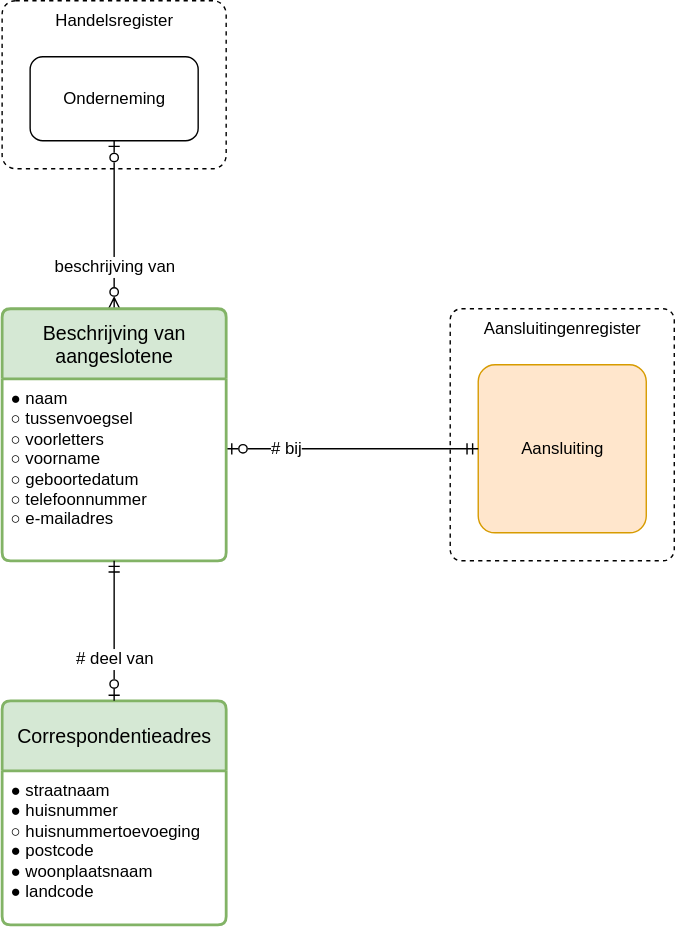
Above: model.drawio.svg in Netbeheer-Nederland/im-aangeslotenenregister (draw.io), before the change. Source tidied: cells renumbered, new cells last; positions are measured from the earlier drawing's top-left corner, leaving out a move shared by most shapes.
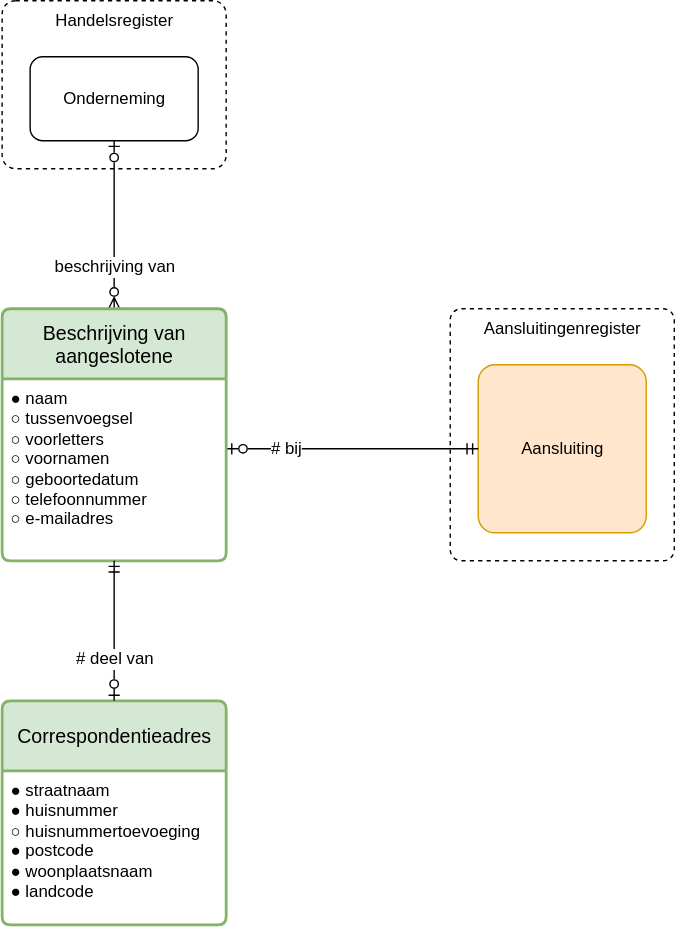
After the commit.

Change to the diagram source:
```diff
@@ -23,7 +23,7 @@
     <mxCell id="8" value="&lt;div&gt;&lt;span style=&quot;background-color: transparent; color: light-dark(rgb(0, 0, 0), rgb(255, 255, 255));&quot;&gt;Beschrijving van aangeslotene&lt;/span&gt;&lt;/div&gt;" style="swimlane;horizontal=1;startSize=50;rounded=1;fontSize=14;fontStyle=0;strokeWidth=2;shadow=0;dashed=0;align=center;arcSize=4;whiteSpace=wrap;html=1;fillColor=#d5e8d4;strokeColor=#82b366;" parent="1" vertex="1">
       <mxGeometry y="220" width="160" height="180" as="geometry" />
     </mxCell>
-    <mxCell id="9" value="&lt;div&gt;● naam&lt;/div&gt;○ tussenvoegsel&lt;div&gt;○ voorletters&lt;/div&gt;&lt;div&gt;○ voorname&lt;/div&gt;&lt;div&gt;○ geboortedatum&lt;/div&gt;&lt;div&gt;&lt;span style=&quot;background-color: transparent; color: light-dark(rgb(0, 0, 0), rgb(255, 255, 255));&quot;&gt;○ telefoonnummer&lt;/span&gt;&lt;/div&gt;&lt;div&gt;&lt;div&gt;○ e-mailadres&lt;/div&gt;&lt;/div&gt;" style="align=left;strokeColor=none;fillColor=none;spacingLeft=4;spacingRight=4;fontSize=12;verticalAlign=top;html=1;whiteSpace=wrap;" parent="8" vertex="1">
+    <mxCell id="9" value="&lt;div&gt;● naam&lt;/div&gt;○ tussenvoegsel&lt;div&gt;○ voorletters&lt;/div&gt;&lt;div&gt;○ voornamen&lt;/div&gt;&lt;div&gt;○ geboortedatum&lt;/div&gt;&lt;div&gt;&lt;span style=&quot;background-color: transparent; color: light-dark(rgb(0, 0, 0), rgb(255, 255, 255));&quot;&gt;○ telefoonnummer&lt;/span&gt;&lt;/div&gt;&lt;div&gt;&lt;div&gt;○ e-mailadres&lt;/div&gt;&lt;/div&gt;" style="align=left;strokeColor=none;fillColor=none;spacingLeft=4;spacingRight=4;fontSize=12;verticalAlign=top;html=1;whiteSpace=wrap;" parent="8" vertex="1">
       <mxGeometry y="50" width="160" height="130" as="geometry" />
     </mxCell>
     <mxCell id="10" value="&lt;div&gt;Correspondentieadres&lt;/div&gt;" style="swimlane;horizontal=1;startSize=50;rounded=1;fontSize=14;fontStyle=0;strokeWidth=2;shadow=0;dashed=0;align=center;arcSize=4;whiteSpace=wrap;html=1;fillColor=#d5e8d4;strokeColor=#82b366;" parent="1" vertex="1">
```
